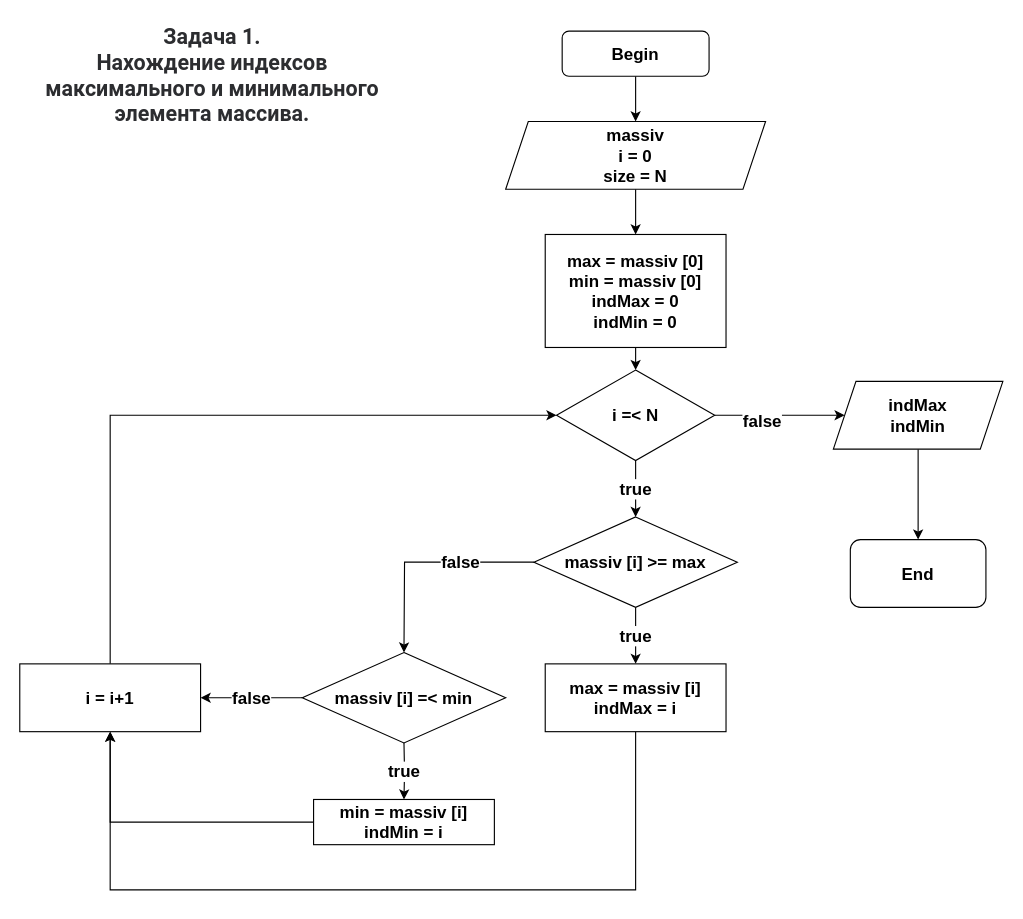
Tatiana952/Algorithm keeps this draw.io diagram as page "Page-5" (4 of 7) of Untitled Diagram.drawio. Above is the earlier version. Source tidied: cells renumbered, new cells numbered last; positions are measured from the earlier drawing's top-left corner, leaving out a move shared by most shapes. Both pictures are drawn from the tidied source at 113%, with x=0, y=0 at pixel (19, 19).
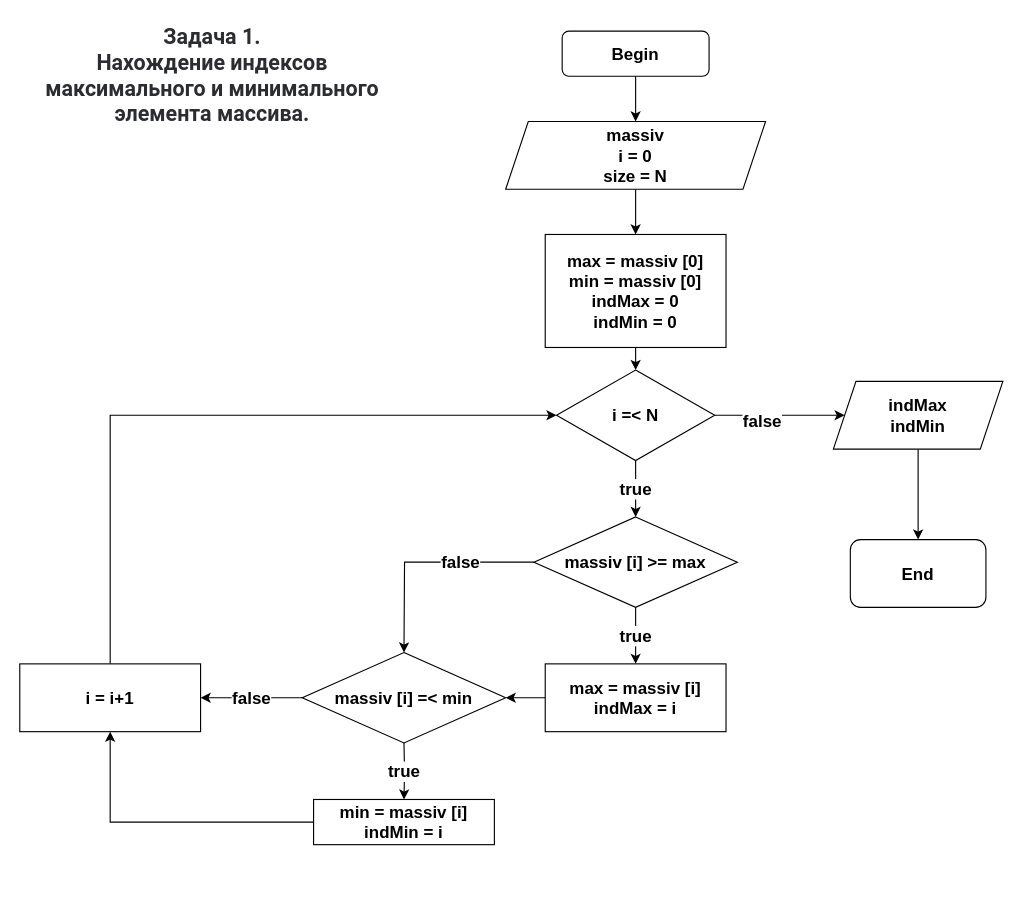
Above is the later version.

The change refers to these unchanged cells:
```xml
<mxCell id="19" value="&lt;span style=&quot;font-size: 15px;&quot;&gt;max = massiv [i]&lt;br&gt;indMax = i&lt;br style=&quot;font-size: 15px;&quot;&gt;&lt;/span&gt;" style="rounded=0;whiteSpace=wrap;html=1;fontSize=15;fontStyle=1;" parent="1" vertex="1">
  <mxGeometry x="465" y="570" width="160" height="60" as="geometry" />
</mxCell>
<mxCell id="21" value="massiv [i] =&amp;lt; min" style="rhombus;whiteSpace=wrap;html=1;fontSize=15;fontStyle=1;" parent="1" vertex="1">
  <mxGeometry x="250" y="560" width="180" height="80" as="geometry" />
</mxCell>
<mxCell id="26" value="&lt;span style=&quot;font-size: 15px;&quot;&gt;i = i+1&lt;br style=&quot;font-size: 15px;&quot;&gt;&lt;/span&gt;" style="rounded=0;whiteSpace=wrap;html=1;fontSize=15;fontStyle=1;" parent="1" vertex="1">
  <mxGeometry y="570" width="160" height="60" as="geometry" />
</mxCell>
```

Diff of the diagram source:
```diff
@@
-    <mxCell id="18" style="edgeStyle=orthogonalEdgeStyle;rounded=0;jettySize=auto;html=1;exitX=0.5;exitY=1;exitDx=0;exitDy=0;entryX=0.5;entryY=1;entryDx=0;entryDy=0;fontSize=15;fontStyle=1;" parent="1" edge="1" source="19" target="26">
-      <mxGeometry relative="1" as="geometry">
-        <Array as="points">
-          <mxPoint x="545" y="770" />
-          <mxPoint x="80" y="770" />
-        </Array>
-      </mxGeometry>
-    </mxCell>
+    <mxCell id="28" style="edgeStyle=orthogonalEdgeStyle;rounded=0;jettySize=auto;html=1;exitX=0;exitY=0.5;exitDx=0;exitDy=0;entryX=1;entryY=0.5;entryDx=0;entryDy=0;" parent="1" edge="1" source="19" target="21">
+      <mxGeometry relative="1" as="geometry" />
+    </mxCell>
```
